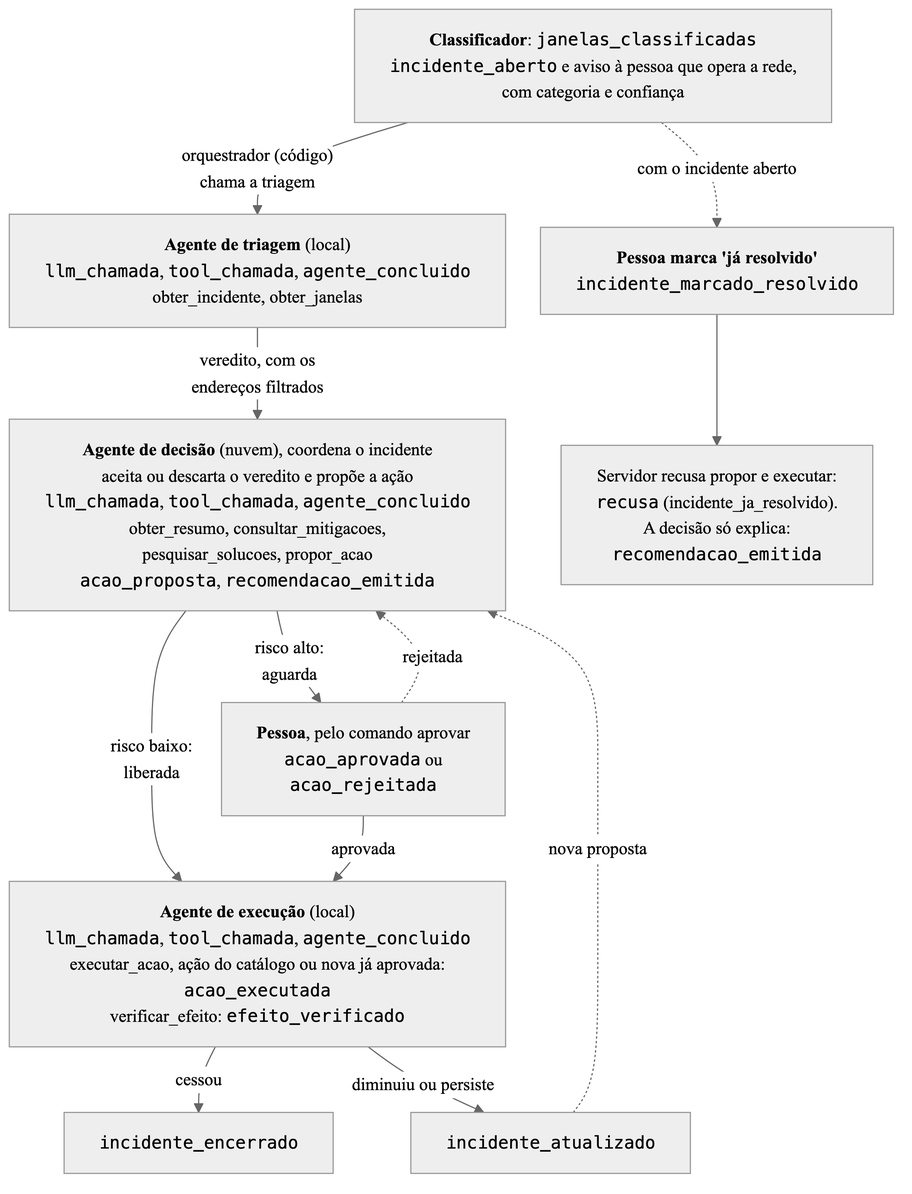
Earlier version of the Mermaid export artigo/figuras/fluxo_incidente.png (stermiix/SentryIoT). Its source is kept beside it as artigo/figuras/fluxo_incidente.mmd.
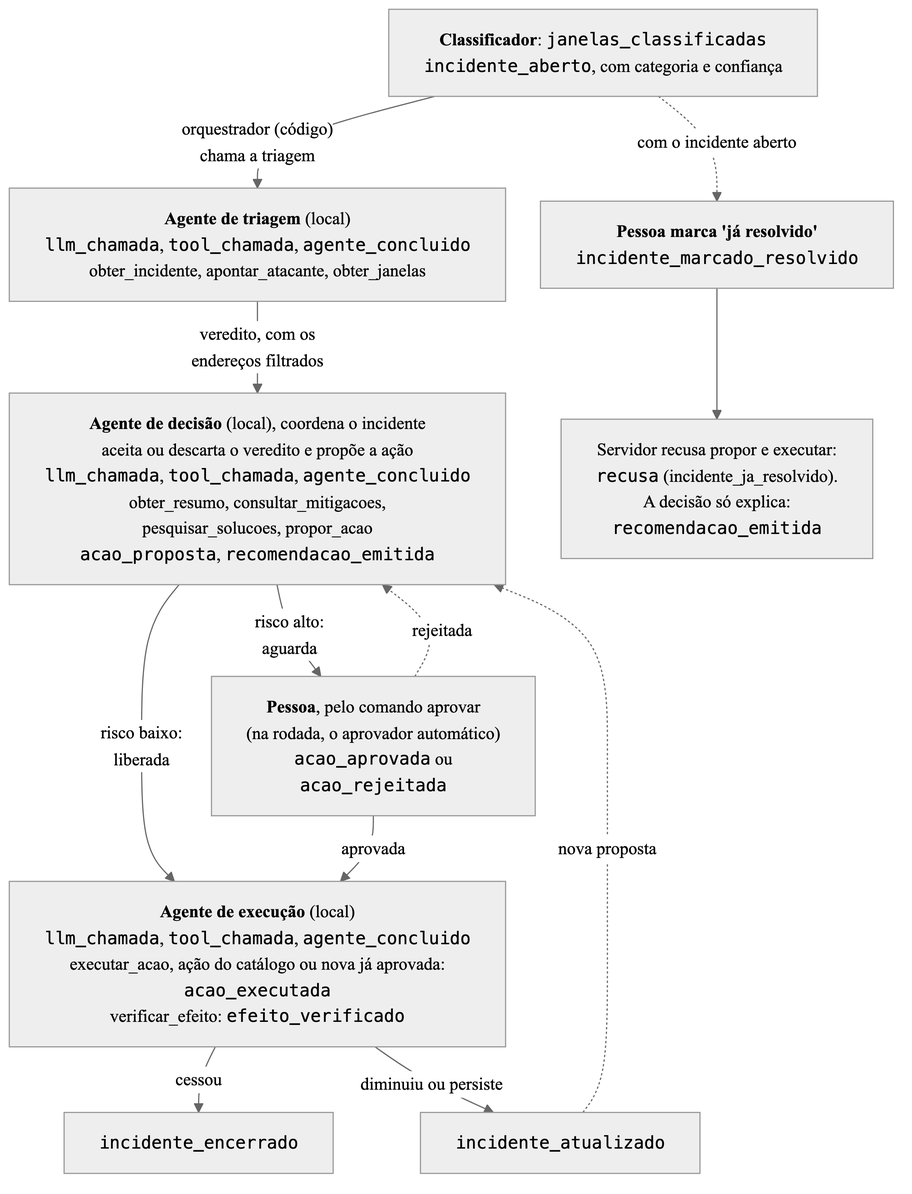
The same file after the commit.

Commit message:
Artigo: figuras sem nuvem, abertura da Metodologia como delimitações e Limitações em três parágrafos

Change to the diagram source:
```diff
@@ -1,9 +1,9 @@
 %%{init: {"theme": "neutral", "themeVariables": {"fontFamily": "Times New Roman, Times, serif", "fontSize": "15px"}, "flowchart": {"nodeSpacing": 30, "rankSpacing": 34, "wrappingWidth": 460}}}%%
 flowchart TB
-    aberto["<b>Classificador</b>: <code>janelas_classificadas</code><br/><code>incidente_aberto</code> e aviso à pessoa que opera a rede,<br/>com categoria e confiança"]
+    aberto["<b>Classificador</b>: <code>janelas_classificadas</code><br/><code>incidente_aberto</code>, com categoria e confiança"]
     triagem["<b>Agente de triagem</b> (local)<br/><code>llm_chamada</code>, <code>tool_chamada</code>, <code>agente_concluido</code><br/>obter_incidente, apontar_atacante, obter_janelas"]
-    decisao["<b>Agente de decisão</b> (nuvem, no desenho), coordena o incidente<br/>aceita ou descarta o veredito e propõe a ação<br/><code>llm_chamada</code>, <code>tool_chamada</code>, <code>agente_concluido</code><br/>obter_resumo, consultar_mitigacoes,<br/>pesquisar_solucoes, propor_acao<br/><code>acao_proposta</code>, <code>recomendacao_emitida</code>"]
-    aprovacao["<b>Pessoa</b>, pelo comando aprovar<br/><code>acao_aprovada</code> ou<br/><code>acao_rejeitada</code>"]
+    decisao["<b>Agente de decisão</b> (local), coordena o incidente<br/>aceita ou descarta o veredito e propõe a ação<br/><code>llm_chamada</code>, <code>tool_chamada</code>, <code>agente_concluido</code><br/>obter_resumo, consultar_mitigacoes,<br/>pesquisar_solucoes, propor_acao<br/><code>acao_proposta</code>, <code>recomendacao_emitida</code>"]
+    aprovacao["<b>Pessoa</b>, pelo comando aprovar<br/>(na rodada, o aprovador automático)<br/><code>acao_aprovada</code> ou<br/><code>acao_rejeitada</code>"]
     execucao["<b>Agente de execução</b> (local)<br/><code>llm_chamada</code>, <code>tool_chamada</code>, <code>agente_concluido</code><br/>executar_acao, ação do catálogo ou nova já aprovada:<br/><code>acao_executada</code><br/>verificar_efeito: <code>efeito_verificado</code>"]
     encerrado["<code>incidente_encerrado</code>"]
     atualizado["<code>incidente_atualizado</code>"]
```
